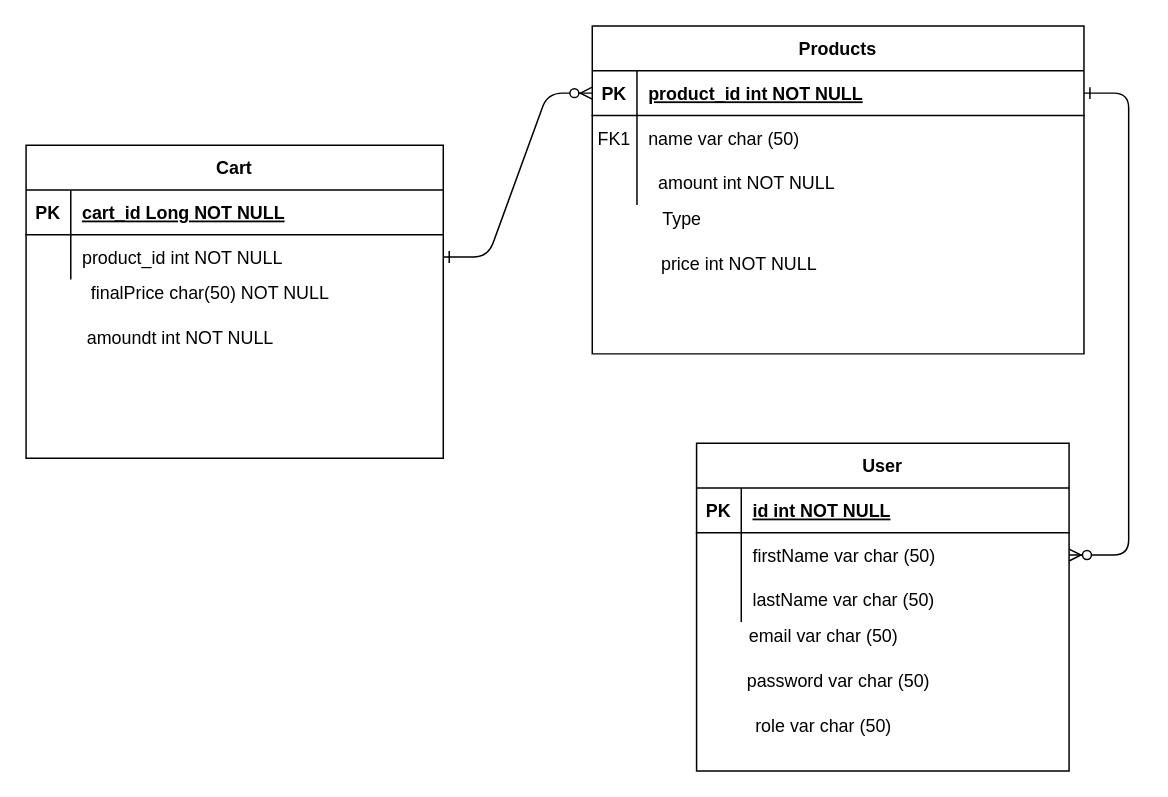
Above: Copy of NOZAMA.drawio in pedroiley/NOZAMA (draw.io), before the change. Source tidied: cells renumbered, new cells numbered last; positions are measured from the earlier drawing's top-left corner, leaving out a move shared by most shapes. Both pictures are drawn from the tidied source at 149%, with x=0, y=0 at pixel (25, 25).
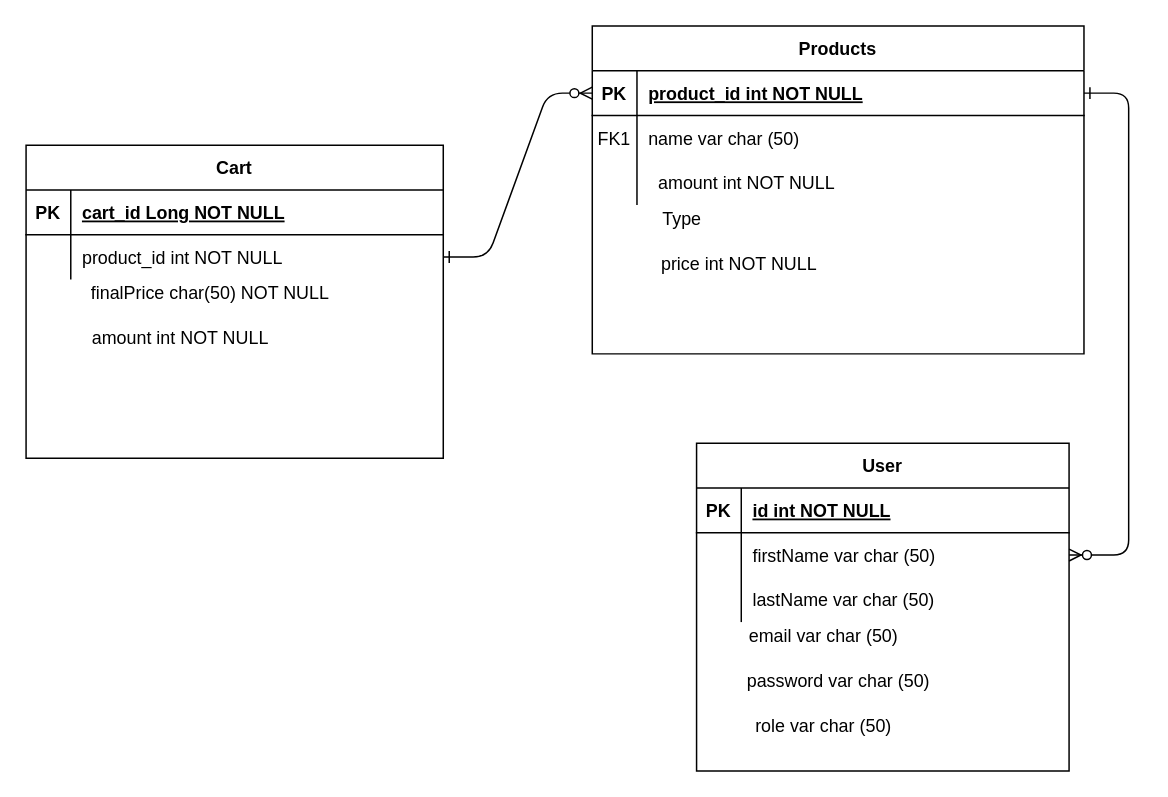
After the change.

Diff of the diagram source:
```diff
@@
-    <mxCell id="32" value="&amp;nbsp; amoundt int NOT NULL" style="text;html=1;align=center;verticalAlign=middle;" parent="1" vertex="1">
-      <mxGeometry x="25" y="200" width="150" height="20" as="geometry" />
+    <mxCell id="32" value="&amp;nbsp; amount int NOT NULL" style="text;html=1;align=center;verticalAlign=middle;" parent="1" vertex="1">
+      <mxGeometry x="30" y="200" width="140" height="20" as="geometry" />
     </mxCell>
```
